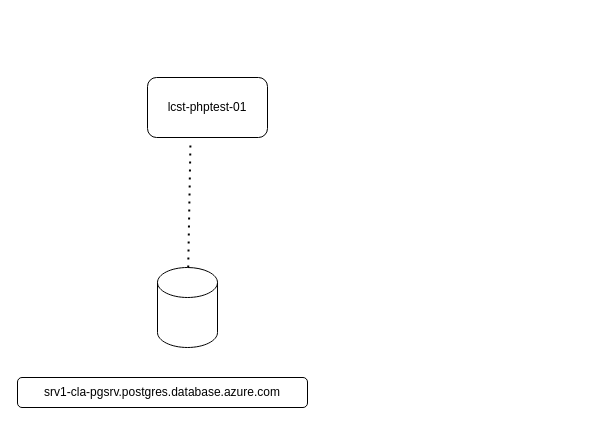
Before: Untitled Diagram.drawio in enmacc/Registro, a draw.io diagram. Source tidied: cells renumbered, new cells numbered last; positions are measured from the earlier drawing's top-left corner, leaving out a move shared by most shapes. Both pictures are drawn from the tidied source at 100%, with x=0, y=0 at pixel (17, 77).
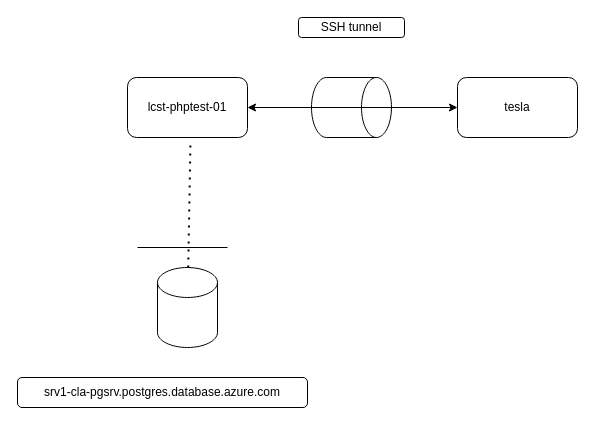
The same diagram, later.

The edit, as a diff of the source:
```diff
@@
 <mxGraphModel>
   <root>
     <mxCell id="0" />
     <mxCell id="1" parent="0" />
     <mxCell id="2" value="lcst-phptest-01" style="rounded=1;whiteSpace=wrap;html=1;" parent="1" vertex="1">
-      <mxGeometry x="130" width="120" height="60" as="geometry" />
+      <mxGeometry x="110" width="120" height="60" as="geometry" />
     </mxCell>
     <mxCell id="3" style="shape=cylinder3;whiteSpace=wrap;html=1;boundedLbl=1;backgroundOutline=1;size=15;" parent="1" vertex="1">
       <mxGeometry x="140" y="190" width="60" height="80" as="geometry" />
     </mxCell>
     <mxCell id="4" value="srv1-cla-pgsrv.postgres.database.azure.com" style="rounded=1;whiteSpace=wrap;html=1;" parent="1" vertex="1">
       <mxGeometry y="300" width="290" height="30" as="geometry" />
     </mxCell>
     <mxCell id="5" style="endArrow=none;dashed=1;html=1;dashPattern=1 3;strokeWidth=2;" parent="1" edge="1" source="3">
       <mxGeometry relative="1" as="geometry">
         <mxPoint x="173" y="63" as="targetPoint" />
       </mxGeometry>
     </mxCell>
+    <mxCell id="6" style="endArrow=none;html=1;" parent="1" edge="1">
+      <mxGeometry relative="1" as="geometry">
+        <mxPoint x="120" y="170" as="sourcePoint" />
+        <mxPoint x="210" y="170" as="targetPoint" />
+      </mxGeometry>
+    </mxCell>
+    <mxCell id="7" value="tesla" style="rounded=1;whiteSpace=wrap;html=1;" parent="1" vertex="1">
+      <mxGeometry x="440" width="120" height="60" as="geometry" />
+    </mxCell>
+    <mxCell id="8" style="shape=cylinder3;whiteSpace=wrap;html=1;boundedLbl=1;backgroundOutline=1;size=15;rotation=90;" parent="1" vertex="1">
+      <mxGeometry x="304" y="-10" width="60" height="80" as="geometry" />
+    </mxCell>
+    <mxCell id="9" style="endArrow=classic;startArrow=classic;html=1;exitX=1;exitY=0.5;exitDx=0;exitDy=0;entryX=0;entryY=0.5;entryDx=0;entryDy=0;" parent="1" edge="1" source="2" target="7">
+      <mxGeometry relative="1" as="geometry" />
+    </mxCell>
+    <mxCell id="10" value="SSH tunnel" style="rounded=1;whiteSpace=wrap;html=1;" parent="1" vertex="1">
+      <mxGeometry x="281" y="-60" width="106" height="20" as="geometry" />
+    </mxCell>
   </root>
 </mxGraphModel>
```
